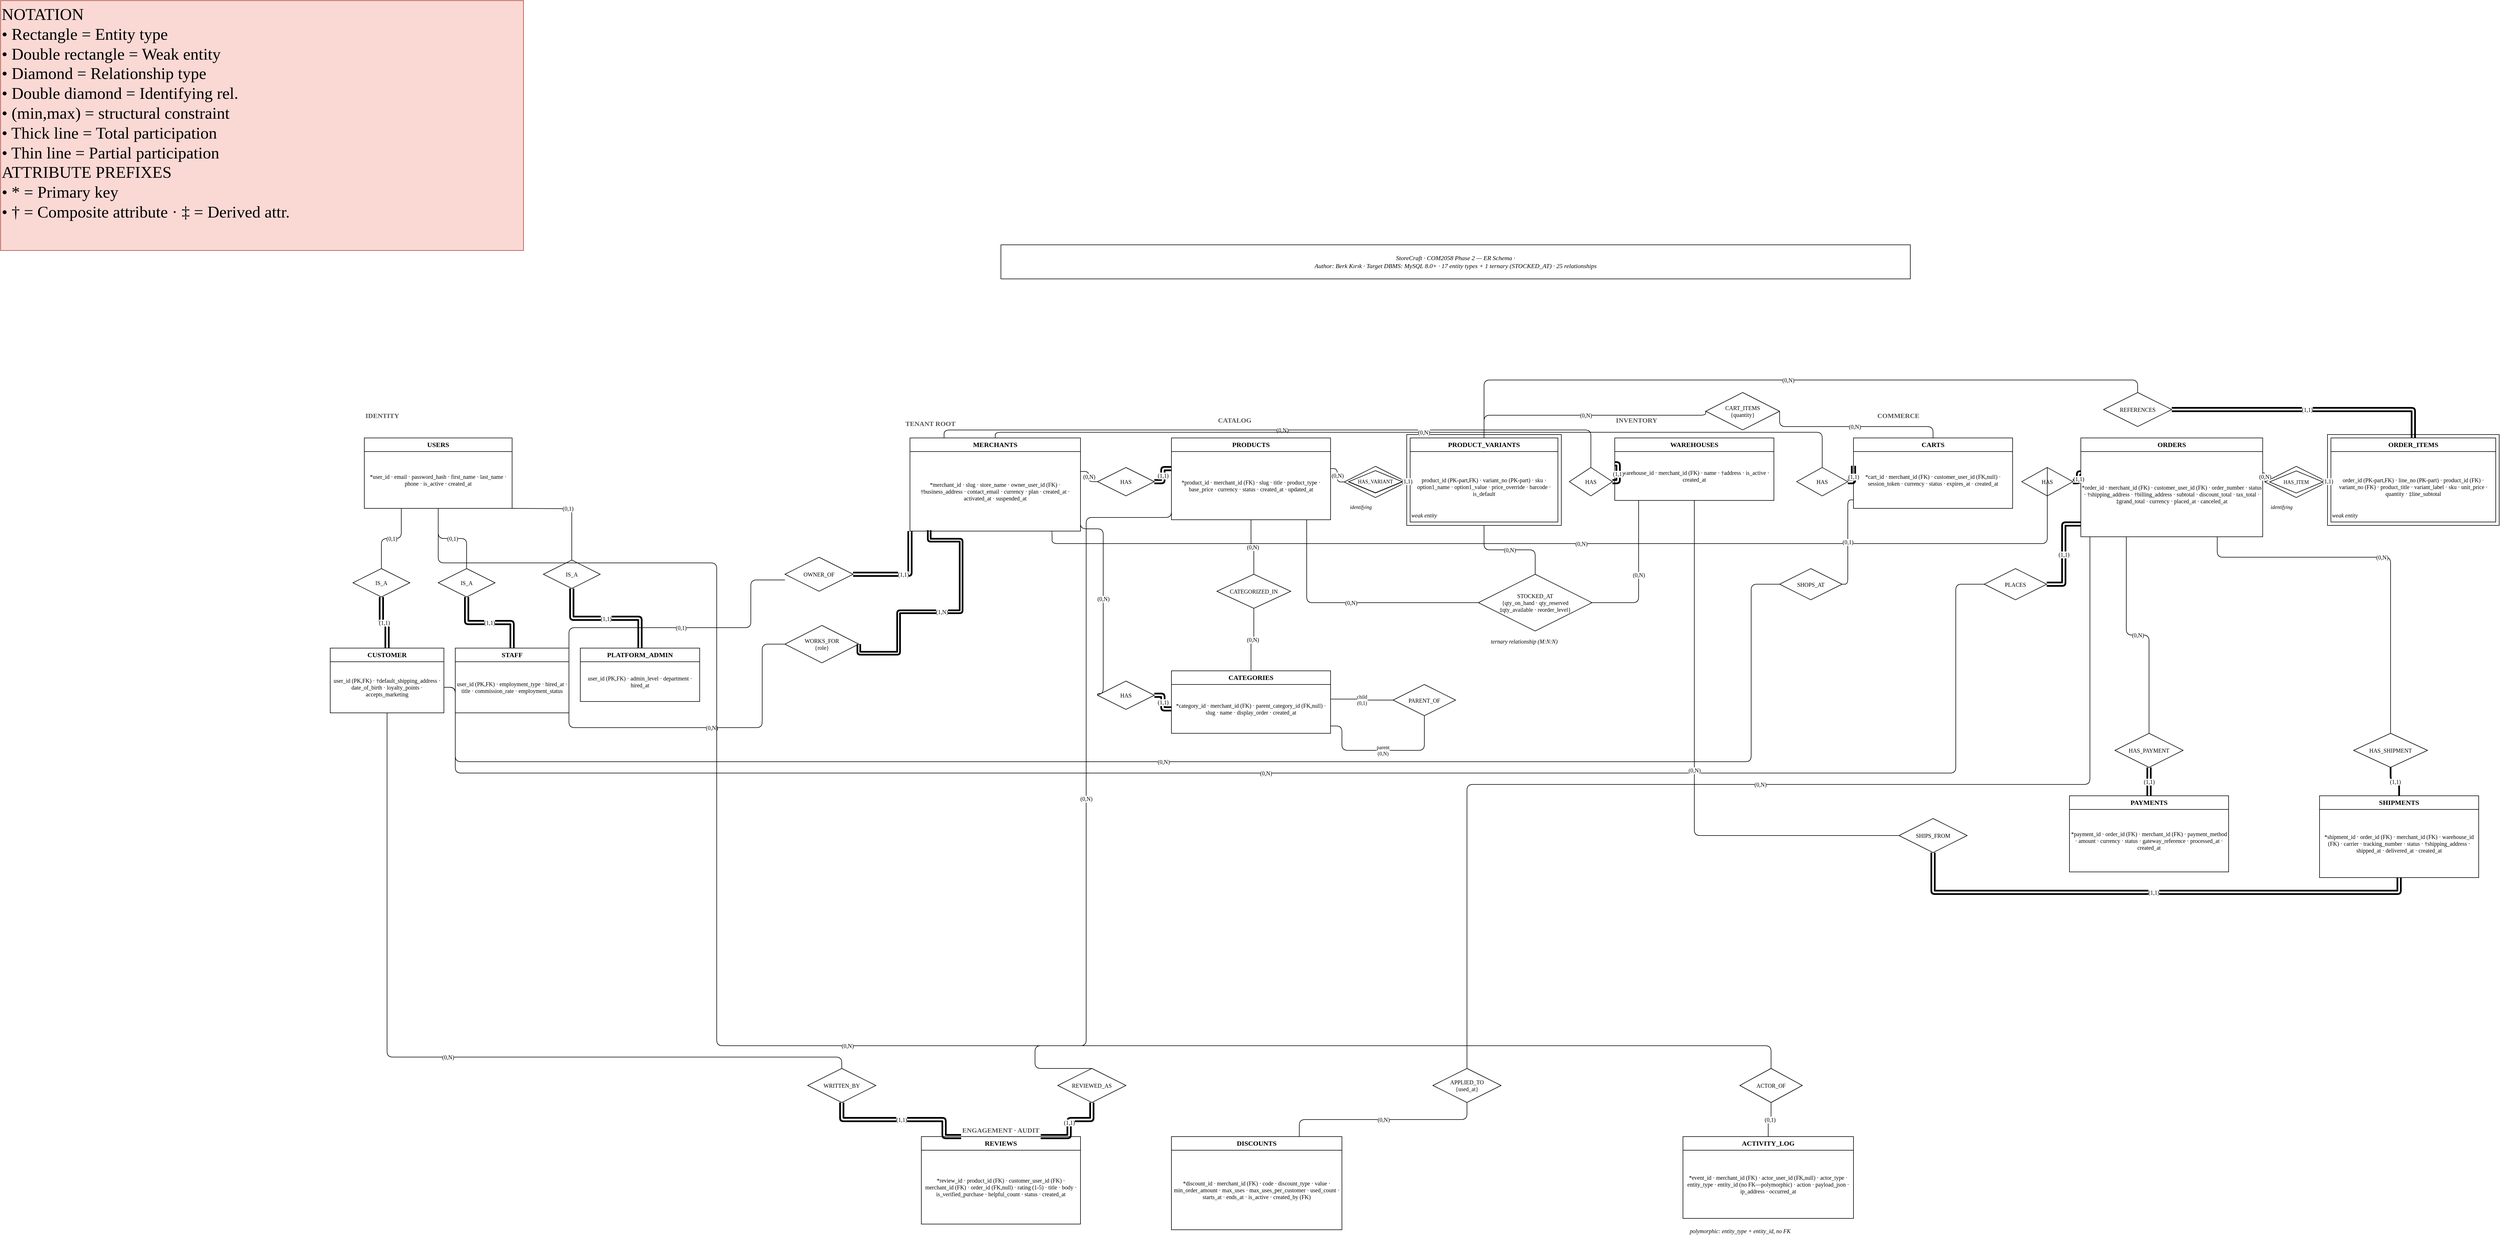
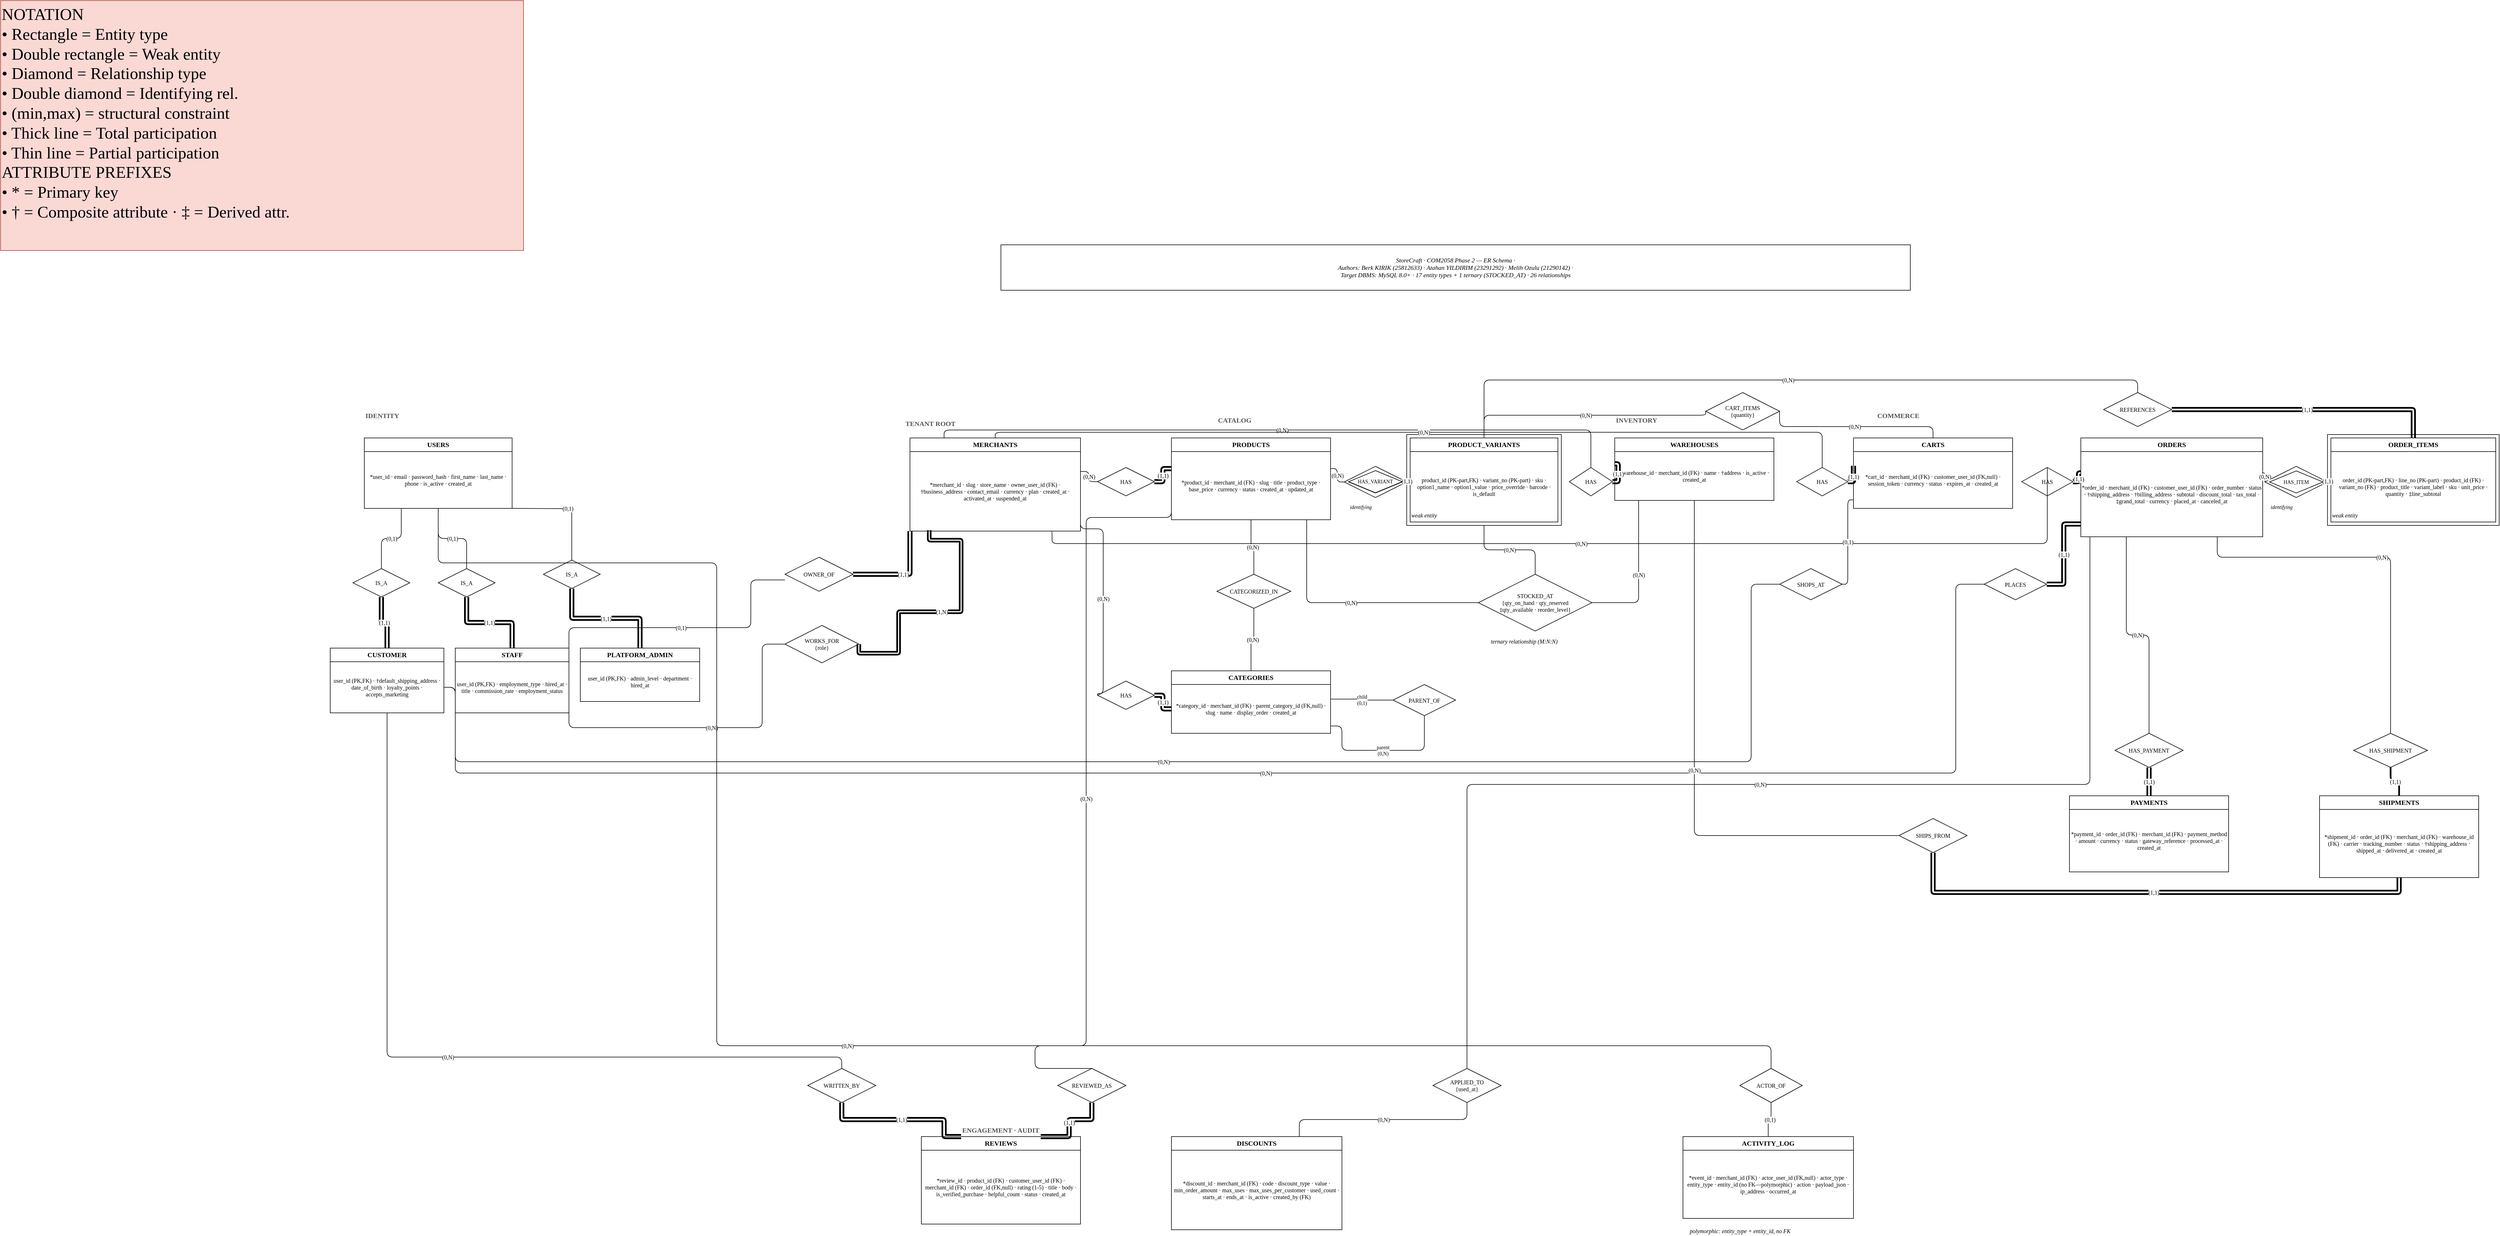
<mxfile host="drawio-plugin" modified="2026-04-25T19:42:41.586Z" agent="Mozilla/5.0 (Macintosh; Intel Mac OS X 10_15_7) AppleWebKit/537.36 (KHTML, like Gecko) Chrome/137.0.0.0 Safari/537.36" etag="2KdTqELFp_rWn3qyK1-b" version="22.1.22" type="embed">
  <diagram name="1 · ER Schema" id="storecraft-er">
    <mxGraphModel dx="646" dy="378" grid="1" gridSize="10" guides="1" tooltips="1" connect="1" arrows="1" fold="1" page="1" pageScale="1" pageWidth="5000" pageHeight="2600" math="0" shadow="0">
      <root>
        <mxCell id="0" />
        <mxCell id="1" parent="0" />
        <mxCell id="p1_legend" value="&lt;font style=&quot;font-size: 29px;&quot;&gt;NOTATION&amp;nbsp;&lt;br&gt;• Rectangle = Entity type&lt;br&gt;• Double rectangle = Weak entity&lt;br&gt;• Diamond = Relationship type&lt;br&gt;• Double diamond = Identifying rel.&lt;br&gt;• (min,max) = structural constraint&lt;br&gt;• Thick line = Total participation&lt;br&gt;• Thin line = Partial participation&lt;br&gt;ATTRIBUTE PREFIXES&lt;br&gt;• * = Primary key&lt;br&gt;• † = Composite attribute · ‡ = Derived attr.&lt;/font&gt;" style="text;html=1;strokeColor=#ae4132;fillColor=#fad9d5;align=left;verticalAlign=top;whiteSpace=wrap;rounded=0;fontSize=10;fontFamily=Times New Roman" parent="1" vertex="1">
          <mxGeometry x="60" y="120" width="920" height="440" as="geometry" />
        </mxCell>
-         <mxCell id="p1_footer" value="StoreCraft · COM2058 Phase 2 — ER Schema ·&lt;br&gt;Author: Berk Kırık · Target DBMS: MySQL 8.0+ · 17 entity types + 1 ternary (STOCKED_AT) · 25 relationships" style="text;html=1;strokeColor=#000000;fillColor=#ffffff;align=center;verticalAlign=middle;whiteSpace=wrap;rounded=0;fontSize=11;fontStyle=2;fontFamily=Times New Roman" parent="1" vertex="1">
-           <mxGeometry x="1820" y="550" width="1600" height="60" as="geometry" />
+         <mxCell id="p1_footer" value="StoreCraft · COM2058 Phase 2 — ER Schema ·&lt;br&gt;Authors: Berk KIRIK (25812633) · Atahan YILDIRIM (23291292) · Melih Ozulu (21290142) ·&lt;br&gt;Target DBMS: MySQL 8.0+ · 17 entity types + 1 ternary (STOCKED_AT) · 26 relationships" style="text;html=1;strokeColor=#000000;fillColor=#ffffff;align=center;verticalAlign=middle;whiteSpace=wrap;rounded=0;fontSize=11;fontStyle=2;fontFamily=Times New Roman" parent="1" vertex="1">
+           <mxGeometry x="1820" y="550" width="1600" height="80" as="geometry" />
        </mxCell>
        <mxCell id="zone_identity" value="IDENTITY" style="text;html=1;strokeColor=none;fillColor=none;align=left;verticalAlign=middle;fontSize=12;fontStyle=1;fontFamily=Times New Roman;fontColor=#555555" parent="1" vertex="1">
          <mxGeometry x="700" y="840" width="200" height="22" as="geometry" />
        </mxCell>
        <mxCell id="zone_tenant" value="TENANT ROOT" style="text;html=1;strokeColor=none;fillColor=none;align=left;verticalAlign=middle;fontSize=12;fontStyle=1;fontFamily=Times New Roman;fontColor=#555555" parent="1" vertex="1">
          <mxGeometry x="1650" y="854" width="200" height="22" as="geometry" />
        </mxCell>
        <mxCell id="zone_catalog" value="CATALOG" style="text;html=1;strokeColor=none;fillColor=none;align=left;verticalAlign=middle;fontSize=12;fontStyle=1;fontFamily=Times New Roman;fontColor=#555555" parent="1" vertex="1">
          <mxGeometry x="2200" y="848" width="200" height="22" as="geometry" />
        </mxCell>
        <mxCell id="zone_inventory" value="INVENTORY" style="text;html=1;strokeColor=none;fillColor=none;align=left;verticalAlign=middle;fontSize=12;fontStyle=1;fontFamily=Times New Roman;fontColor=#555555" parent="1" vertex="1">
          <mxGeometry x="2900" y="848" width="200" height="22" as="geometry" />
        </mxCell>
        <mxCell id="zone_commerce" value="COMMERCE" style="text;html=1;strokeColor=none;fillColor=none;align=left;verticalAlign=middle;fontSize=12;fontStyle=1;fontFamily=Times New Roman;fontColor=#555555" parent="1" vertex="1">
          <mxGeometry x="3360" y="840" width="200" height="22" as="geometry" />
        </mxCell>
        <mxCell id="zone_engagement" value="ENGAGEMENT · AUDIT" style="text;html=1;strokeColor=none;fillColor=none;align=left;verticalAlign=middle;fontSize=12;fontStyle=1;fontFamily=Times New Roman;fontColor=#555555" parent="1" vertex="1">
          <mxGeometry x="1750" y="2098" width="300" height="22" as="geometry" />
        </mxCell>
        <mxCell id="e_users_title" value="USERS" style="rounded=0;whiteSpace=wrap;html=1;fillColor=#ffffff;strokeColor=#000000;fontStyle=1;fontSize=12;align=center;verticalAlign=middle;fontFamily=Times New Roman" parent="1" vertex="1">
          <mxGeometry x="700" y="890" width="260" height="24" as="geometry" />
        </mxCell>
        <mxCell id="e_users" value="*user_id · email · password_hash · first_name · last_name · phone · is_active · created_at" style="rounded=0;whiteSpace=wrap;html=1;fillColor=#ffffff;strokeColor=#000000;fontSize=10;align=center;verticalAlign=middle;fontFamily=Times New Roman" parent="1" vertex="1">
          <mxGeometry x="700" y="914" width="260" height="100" as="geometry" />
        </mxCell>
        <mxCell id="e_merch_title" value="MERCHANTS" style="rounded=0;whiteSpace=wrap;html=1;fillColor=#ffffff;strokeColor=#000000;fontStyle=1;fontSize=12;align=center;verticalAlign=middle;fontFamily=Times New Roman" parent="1" vertex="1">
          <mxGeometry x="1660" y="890" width="300" height="24" as="geometry" />
        </mxCell>
        <mxCell id="e_merch" value="*merchant_id · slug · store_name · owner_user_id (FK) · †business_address · contact_email · currency · plan · created_at · activated_at · suspended_at" style="rounded=0;whiteSpace=wrap;html=1;fillColor=#ffffff;strokeColor=#000000;fontSize=10;align=center;verticalAlign=middle;fontFamily=Times New Roman" parent="1" vertex="1">
          <mxGeometry x="1660" y="914" width="300" height="140" as="geometry" />
        </mxCell>
        <mxCell id="e_prod_title" value="PRODUCTS" style="rounded=0;whiteSpace=wrap;html=1;fillColor=#ffffff;strokeColor=#000000;fontStyle=1;fontSize=12;align=center;verticalAlign=middle;fontFamily=Times New Roman" parent="1" vertex="1">
          <mxGeometry x="2120" y="890" width="280" height="24" as="geometry" />
        </mxCell>
        <mxCell id="e_prod" value="*product_id · merchant_id (FK) · slug · title · product_type · base_price · currency · status · created_at · updated_at" style="rounded=0;whiteSpace=wrap;html=1;fillColor=#ffffff;strokeColor=#000000;fontSize=10;align=center;verticalAlign=middle;fontFamily=Times New Roman" parent="1" vertex="1">
          <mxGeometry x="2120" y="914" width="280" height="120" as="geometry" />
        </mxCell>
        <mxCell id="e_pv_outer" value="" style="rounded=0;whiteSpace=wrap;html=1;fillColor=none;strokeColor=#000000;strokeWidth=1" parent="1" vertex="1">
          <mxGeometry x="2534" y="884" width="272" height="160" as="geometry" />
        </mxCell>
        <mxCell id="e_pv_title" value="PRODUCT_VARIANTS" style="rounded=0;whiteSpace=wrap;html=1;fillColor=#ffffff;strokeColor=#000000;fontStyle=1;fontSize=12;align=center;verticalAlign=middle;fontFamily=Times New Roman" parent="1" vertex="1">
          <mxGeometry x="2540" y="890" width="260" height="24" as="geometry" />
        </mxCell>
        <mxCell id="e_pv" value="product_id (PK-part,FK) · variant_no (PK-part) · sku · option1_name · option1_value · price_override · barcode · is_default" style="rounded=0;whiteSpace=wrap;html=1;fillColor=#ffffff;strokeColor=#000000;fontSize=10;align=center;verticalAlign=middle;fontFamily=Times New Roman" parent="1" vertex="1">
          <mxGeometry x="2540" y="914" width="260" height="124" as="geometry" />
        </mxCell>
        <mxCell id="p1_pv_lbl" value="weak entity" style="text;html=1;strokeColor=none;fillColor=none;fontSize=10;fontStyle=2;fontFamily=Times New Roman" parent="1" vertex="1">
          <mxGeometry x="2540" y="1014" width="130" height="20" as="geometry" />
        </mxCell>
        <mxCell id="e_wh_title" value="WAREHOUSES" style="rounded=0;whiteSpace=wrap;html=1;fillColor=#ffffff;strokeColor=#000000;fontStyle=1;fontSize=12;align=center;verticalAlign=middle;fontFamily=Times New Roman" parent="1" vertex="1">
          <mxGeometry x="2900" y="890" width="280" height="24" as="geometry" />
        </mxCell>
        <mxCell id="e_wh" value="*warehouse_id · merchant_id (FK) · name · †address · is_active · created_at" style="rounded=0;whiteSpace=wrap;html=1;fillColor=#ffffff;strokeColor=#000000;fontSize=10;align=center;verticalAlign=middle;fontFamily=Times New Roman" parent="1" vertex="1">
          <mxGeometry x="2900" y="914" width="280" height="86" as="geometry" />
        </mxCell>
        <mxCell id="e_cart_title" value="CARTS" style="rounded=0;whiteSpace=wrap;html=1;fillColor=#ffffff;strokeColor=#000000;fontStyle=1;fontSize=12;align=center;verticalAlign=middle;fontFamily=Times New Roman" parent="1" vertex="1">
          <mxGeometry x="3320" y="890" width="280" height="24" as="geometry" />
        </mxCell>
        <mxCell id="e_cart" value="*cart_id · merchant_id (FK) · customer_user_id (FK,null) · session_token · currency · status · expires_at · created_at" style="rounded=0;whiteSpace=wrap;html=1;fillColor=#ffffff;strokeColor=#000000;fontSize=10;align=center;verticalAlign=middle;fontFamily=Times New Roman" parent="1" vertex="1">
          <mxGeometry x="3320" y="914" width="280" height="100" as="geometry" />
        </mxCell>
        <mxCell id="e_ord_title" value="ORDERS" style="rounded=0;whiteSpace=wrap;html=1;fillColor=#ffffff;strokeColor=#000000;fontStyle=1;fontSize=12;align=center;verticalAlign=middle;fontFamily=Times New Roman" parent="1" vertex="1">
          <mxGeometry x="3720" y="890" width="320" height="24" as="geometry" />
        </mxCell>
        <mxCell id="e_ord" value="*order_id · merchant_id (FK) · customer_user_id (FK) · order_number · status · †shipping_address · †billing_address · subtotal · discount_total · tax_total · ‡grand_total · currency · placed_at · canceled_at" style="rounded=0;whiteSpace=wrap;html=1;fillColor=#ffffff;strokeColor=#000000;fontSize=10;align=center;verticalAlign=middle;fontFamily=Times New Roman" parent="1" vertex="1">
          <mxGeometry x="3720" y="914" width="320" height="150" as="geometry" />
        </mxCell>
        <mxCell id="e_oi_outer" value="" style="rounded=0;whiteSpace=wrap;html=1;fillColor=none;strokeColor=#000000;strokeWidth=1" parent="1" vertex="1">
          <mxGeometry x="4154" y="884" width="302" height="160" as="geometry" />
        </mxCell>
        <mxCell id="e_oi_title" value="ORDER_ITEMS" style="rounded=0;whiteSpace=wrap;html=1;fillColor=#ffffff;strokeColor=#000000;fontStyle=1;fontSize=12;align=center;verticalAlign=middle;fontFamily=Times New Roman" parent="1" vertex="1">
          <mxGeometry x="4160" y="890" width="290" height="24" as="geometry" />
        </mxCell>
        <mxCell id="e_oi" value="order_id (PK-part,FK) · line_no (PK-part) · product_id (FK) · variant_no (FK) · product_title · variant_label · sku · unit_price · quantity · ‡line_subtotal" style="rounded=0;whiteSpace=wrap;html=1;fillColor=#ffffff;strokeColor=#000000;fontSize=10;align=center;verticalAlign=middle;fontFamily=Times New Roman" parent="1" vertex="1">
          <mxGeometry x="4160" y="914" width="290" height="124" as="geometry" />
        </mxCell>
        <mxCell id="p1_oi_lbl" value="weak entity" style="text;html=1;strokeColor=none;fillColor=none;fontSize=10;fontStyle=2;fontFamily=Times New Roman" parent="1" vertex="1">
          <mxGeometry x="4160" y="1014" width="130" height="20" as="geometry" />
        </mxCell>
        <mxCell id="r_hasprod" value="HAS" style="rhombus;whiteSpace=wrap;html=1;fillColor=#ffffff;strokeColor=#000000;fontSize=10;fontFamily=Times New Roman" parent="1" vertex="1">
          <mxGeometry x="1990" y="942" width="100" height="50" as="geometry" />
        </mxCell>
        <mxCell id="r_hasvar_outer" value="" style="rhombus;whiteSpace=wrap;html=1;fillColor=none;strokeColor=#000000;strokeWidth=1" parent="1" vertex="1">
          <mxGeometry x="2424" y="940" width="110" height="55" as="geometry" />
        </mxCell>
        <mxCell id="r_hasvar_inner" value="HAS_VARIANT" style="rhombus;whiteSpace=wrap;html=1;fillColor=#ffffff;strokeColor=#000000;fontSize=9;fontFamily=Times New Roman" parent="1" vertex="1">
          <mxGeometry x="2432" y="948" width="94" height="39" as="geometry" />
        </mxCell>
        <mxCell id="p1_hasvar_lbl" value="identifying" style="text;html=1;strokeColor=none;fillColor=none;fontSize=9;fontStyle=2;fontFamily=Times New Roman" parent="1" vertex="1">
          <mxGeometry x="2432" y="1000" width="100" height="20" as="geometry" />
        </mxCell>
        <mxCell id="r_haswh" value="HAS" style="rhombus;whiteSpace=wrap;html=1;fillColor=#ffffff;strokeColor=#000000;fontSize=10;fontFamily=Times New Roman" parent="1" vertex="1">
          <mxGeometry x="2820" y="942" width="76" height="50" as="geometry" />
        </mxCell>
        <mxCell id="r_hascart" value="HAS" style="rhombus;whiteSpace=wrap;html=1;fillColor=#ffffff;strokeColor=#000000;fontSize=10;fontFamily=Times New Roman" parent="1" vertex="1">
          <mxGeometry x="3220" y="942" width="90" height="50" as="geometry" />
        </mxCell>
        <mxCell id="r_hasorder" value="HAS" style="rhombus;whiteSpace=wrap;html=1;fillColor=#ffffff;strokeColor=#000000;fontSize=10;fontFamily=Times New Roman" parent="1" vertex="1">
          <mxGeometry x="3616" y="942" width="90" height="50" as="geometry" />
        </mxCell>
        <mxCell id="r_hasitem_outer" value="" style="rhombus;whiteSpace=wrap;html=1;fillColor=none;strokeColor=#000000;strokeWidth=1" parent="1" vertex="1">
          <mxGeometry x="4044" y="940" width="110" height="55" as="geometry" />
        </mxCell>
        <mxCell id="r_hasitem_inner" value="HAS_ITEM" style="rhombus;whiteSpace=wrap;html=1;fillColor=#ffffff;strokeColor=#000000;fontSize=9;fontFamily=Times New Roman" parent="1" vertex="1">
          <mxGeometry x="4052" y="948" width="94" height="39" as="geometry" />
        </mxCell>
        <mxCell id="p1_hasitem_lbl" value="identifying" style="text;html=1;strokeColor=none;fillColor=none;fontSize=9;fontStyle=2;fontFamily=Times New Roman" parent="1" vertex="1">
          <mxGeometry x="4052" y="1000" width="100" height="20" as="geometry" />
        </mxCell>
        <mxCell id="r_isa_cust" value="IS_A" style="rhombus;whiteSpace=wrap;html=1;fillColor=#ffffff;strokeColor=#000000;fontSize=10;fontFamily=Times New Roman" parent="1" vertex="1">
          <mxGeometry x="680" y="1120" width="100" height="50" as="geometry" />
        </mxCell>
        <mxCell id="r_isa_staff" value="IS_A" style="rhombus;whiteSpace=wrap;html=1;fillColor=#ffffff;strokeColor=#000000;fontSize=10;fontFamily=Times New Roman" parent="1" vertex="1">
          <mxGeometry x="830" y="1120" width="100" height="50" as="geometry" />
        </mxCell>
        <mxCell id="r_isa_pa" value="IS_A" style="rhombus;whiteSpace=wrap;html=1;fillColor=#ffffff;strokeColor=#000000;fontSize=10;fontFamily=Times New Roman" parent="1" vertex="1">
          <mxGeometry x="1015" y="1105" width="100" height="50" as="geometry" />
        </mxCell>
        <mxCell id="e_cust_title" value="CUSTOMER" style="rounded=0;whiteSpace=wrap;html=1;fillColor=#ffffff;strokeColor=#000000;fontStyle=1;fontSize=12;align=center;verticalAlign=middle;fontFamily=Times New Roman" parent="1" vertex="1">
          <mxGeometry x="640" y="1260" width="200" height="24" as="geometry" />
        </mxCell>
        <mxCell id="e_cust" value="user_id (PK,FK) · †default_shipping_address · date_of_birth · loyalty_points · accepts_marketing" style="rounded=0;whiteSpace=wrap;html=1;fillColor=#ffffff;strokeColor=#000000;fontSize=10;align=center;verticalAlign=middle;fontFamily=Times New Roman" parent="1" vertex="1">
          <mxGeometry x="640" y="1284" width="200" height="90" as="geometry" />
        </mxCell>
        <mxCell id="e_staff_title" value="STAFF" style="rounded=0;whiteSpace=wrap;html=1;fillColor=#ffffff;strokeColor=#000000;fontStyle=1;fontSize=12;align=center;verticalAlign=middle;fontFamily=Times New Roman" parent="1" vertex="1">
          <mxGeometry x="860" y="1260" width="200" height="24" as="geometry" />
        </mxCell>
        <mxCell id="e_staff" value="user_id (PK,FK) · employment_type · hired_at · title · commission_rate · employment_status" style="rounded=0;whiteSpace=wrap;html=1;fillColor=#ffffff;strokeColor=#000000;fontSize=10;align=center;verticalAlign=middle;fontFamily=Times New Roman" parent="1" vertex="1">
          <mxGeometry x="860" y="1284" width="200" height="90" as="geometry" />
        </mxCell>
        <mxCell id="e_pa_title" value="PLATFORM_ADMIN" style="rounded=0;whiteSpace=wrap;html=1;fillColor=#ffffff;strokeColor=#000000;fontStyle=1;fontSize=12;align=center;verticalAlign=middle;fontFamily=Times New Roman" parent="1" vertex="1">
          <mxGeometry x="1080" y="1260" width="210" height="24" as="geometry" />
        </mxCell>
        <mxCell id="e_pa" value="user_id (PK,FK) · admin_level · department · hired_at" style="rounded=0;whiteSpace=wrap;html=1;fillColor=#ffffff;strokeColor=#000000;fontSize=10;align=center;verticalAlign=middle;fontFamily=Times New Roman" parent="1" vertex="1">
          <mxGeometry x="1080" y="1284" width="210" height="70" as="geometry" />
        </mxCell>
        <mxCell id="r_ownerof" value="OWNER_OF" style="rhombus;whiteSpace=wrap;html=1;fillColor=#ffffff;strokeColor=#000000;fontSize=10;fontFamily=Times New Roman" parent="1" vertex="1">
          <mxGeometry x="1440" y="1100" width="120" height="60" as="geometry" />
        </mxCell>
        <mxCell id="r_worksfor" value="WORKS_FOR&#xa;{role}" style="rhombus;whiteSpace=wrap;html=1;fillColor=#ffffff;strokeColor=#000000;fontSize=10;fontFamily=Times New Roman" parent="1" vertex="1">
          <mxGeometry x="1440" y="1220" width="130" height="66" as="geometry" />
        </mxCell>
        <mxCell id="r_catin" value="CATEGORIZED_IN" style="rhombus;whiteSpace=wrap;html=1;fillColor=#ffffff;strokeColor=#000000;fontSize=10;fontFamily=Times New Roman" parent="1" vertex="1">
          <mxGeometry x="2200" y="1130" width="130" height="60" as="geometry" />
        </mxCell>
        <mxCell id="r_hascat" value="HAS" style="rhombus;whiteSpace=wrap;html=1;fillColor=#ffffff;strokeColor=#000000;fontSize=10;fontFamily=Times New Roman" parent="1" vertex="1">
          <mxGeometry x="1990" y="1318" width="100" height="50" as="geometry" />
        </mxCell>
        <mxCell id="e_cat_title" value="CATEGORIES" style="rounded=0;whiteSpace=wrap;html=1;fillColor=#ffffff;strokeColor=#000000;fontStyle=1;fontSize=12;align=center;verticalAlign=middle;fontFamily=Times New Roman" parent="1" vertex="1">
          <mxGeometry x="2120" y="1300" width="280" height="24" as="geometry" />
        </mxCell>
        <mxCell id="e_cat" value="*category_id · merchant_id (FK) · parent_category_id (FK,null) · slug · name · display_order · created_at" style="rounded=0;whiteSpace=wrap;html=1;fillColor=#ffffff;strokeColor=#000000;fontSize=10;align=center;verticalAlign=middle;fontFamily=Times New Roman" parent="1" vertex="1">
          <mxGeometry x="2120" y="1324" width="280" height="86" as="geometry" />
        </mxCell>
        <mxCell id="r_parentof" value="PARENT_OF" style="rhombus;whiteSpace=wrap;html=1;fillColor=#ffffff;strokeColor=#000000;fontSize=10;fontFamily=Times New Roman" parent="1" vertex="1">
          <mxGeometry x="2510" y="1324" width="110" height="55" as="geometry" />
        </mxCell>
        <mxCell id="r_stocked" value="STOCKED_AT&#xa;{qty_on_hand · qty_reserved&#xa;‡qty_available · reorder_level}" style="rhombus;whiteSpace=wrap;html=1;fillColor=#ffffff;strokeColor=#000000;fontSize=10;fontFamily=Times New Roman" parent="1" vertex="1">
          <mxGeometry x="2660" y="1130" width="200" height="100" as="geometry" />
        </mxCell>
        <mxCell id="p1_stocked_lbl" value="ternary relationship (M:N:N)" style="text;html=1;strokeColor=none;fillColor=none;fontSize=10;fontStyle=2;fontFamily=Times New Roman" parent="1" vertex="1">
          <mxGeometry x="2680" y="1236" width="180" height="20" as="geometry" />
        </mxCell>
        <mxCell id="r_ownscart" value="SHOPS_AT" style="rhombus;whiteSpace=wrap;html=1;fillColor=#ffffff;strokeColor=#000000;fontSize=10;fontFamily=Times New Roman" parent="1" vertex="1">
          <mxGeometry x="3190" y="1120" width="110" height="55" as="geometry" />
        </mxCell>
        <mxCell id="r_places" value="PLACES" style="rhombus;whiteSpace=wrap;html=1;fillColor=#ffffff;strokeColor=#000000;fontSize=10;fontFamily=Times New Roman" parent="1" vertex="1">
          <mxGeometry x="3550" y="1120" width="110" height="55" as="geometry" />
        </mxCell>
        <mxCell id="r_cartitems" value="CART_ITEMS&#xa;{quantity}" style="rhombus;whiteSpace=wrap;html=1;fillColor=#ffffff;strokeColor=#000000;fontSize=10;fontFamily=Times New Roman" parent="1" vertex="1">
          <mxGeometry x="3060" y="810" width="130" height="66" as="geometry" />
        </mxCell>
        <mxCell id="r_refsvar" value="REFERENCES" style="rhombus;whiteSpace=wrap;html=1;fillColor=#ffffff;strokeColor=#000000;fontSize=10;fontFamily=Times New Roman" parent="1" vertex="1">
          <mxGeometry x="3760" y="810" width="120" height="60" as="geometry" />
        </mxCell>
        <mxCell id="r_haspay" value="HAS_PAYMENT" style="rhombus;whiteSpace=wrap;html=1;fillColor=#ffffff;strokeColor=#000000;fontSize=10;fontFamily=Times New Roman" parent="1" vertex="1">
          <mxGeometry x="3780" y="1410" width="120" height="60" as="geometry" />
        </mxCell>
        <mxCell id="r_hasship" value="HAS_SHIPMENT" style="rhombus;whiteSpace=wrap;html=1;fillColor=#ffffff;strokeColor=#000000;fontSize=10;fontFamily=Times New Roman" parent="1" vertex="1">
          <mxGeometry x="4200" y="1410" width="130" height="60" as="geometry" />
        </mxCell>
        <mxCell id="e_pay_title" value="PAYMENTS" style="rounded=0;whiteSpace=wrap;html=1;fillColor=#ffffff;strokeColor=#000000;fontStyle=1;fontSize=12;align=center;verticalAlign=middle;fontFamily=Times New Roman" parent="1" vertex="1">
          <mxGeometry x="3700" y="1520" width="280" height="24" as="geometry" />
        </mxCell>
        <mxCell id="e_pay" value="*payment_id · order_id (FK) · merchant_id (FK) · payment_method · amount · currency · status · gateway_reference · processed_at · created_at" style="rounded=0;whiteSpace=wrap;html=1;fillColor=#ffffff;strokeColor=#000000;fontSize=10;align=center;verticalAlign=middle;fontFamily=Times New Roman" parent="1" vertex="1">
          <mxGeometry x="3700" y="1544" width="280" height="110" as="geometry" />
        </mxCell>
        <mxCell id="e_ship_title" value="SHIPMENTS" style="rounded=0;whiteSpace=wrap;html=1;fillColor=#ffffff;strokeColor=#000000;fontStyle=1;fontSize=12;align=center;verticalAlign=middle;fontFamily=Times New Roman" parent="1" vertex="1">
          <mxGeometry x="4140" y="1520" width="280" height="24" as="geometry" />
        </mxCell>
        <mxCell id="e_ship" value="*shipment_id · order_id (FK) · merchant_id (FK) · warehouse_id (FK) · carrier · tracking_number · status · †shipping_address · shipped_at · delivered_at · created_at" style="rounded=0;whiteSpace=wrap;html=1;fillColor=#ffffff;strokeColor=#000000;fontSize=10;align=center;verticalAlign=middle;fontFamily=Times New Roman" parent="1" vertex="1">
          <mxGeometry x="4140" y="1544" width="280" height="120" as="geometry" />
        </mxCell>
        <mxCell id="r_shipsfrom" value="SHIPS_FROM" style="rhombus;whiteSpace=wrap;html=1;fillColor=#ffffff;strokeColor=#000000;fontSize=10;fontFamily=Times New Roman" parent="1" vertex="1">
          <mxGeometry x="3400" y="1560" width="120" height="60" as="geometry" />
        </mxCell>
        <mxCell id="r_about" value="REVIEWED_AS" style="rhombus;whiteSpace=wrap;html=1;fillColor=#ffffff;strokeColor=#000000;fontSize=10;fontFamily=Times New Roman" parent="1" vertex="1">
          <mxGeometry x="1920" y="2000" width="120" height="60" as="geometry" />
        </mxCell>
        <mxCell id="r_writtenby" value="WRITTEN_BY" style="rhombus;whiteSpace=wrap;html=1;fillColor=#ffffff;strokeColor=#000000;fontSize=10;fontFamily=Times New Roman" parent="1" vertex="1">
          <mxGeometry x="1480" y="2000" width="120" height="60" as="geometry" />
        </mxCell>
        <mxCell id="e_rev_title" value="REVIEWS" style="rounded=0;whiteSpace=wrap;html=1;fillColor=#ffffff;strokeColor=#000000;fontStyle=1;fontSize=12;align=center;verticalAlign=middle;fontFamily=Times New Roman" parent="1" vertex="1">
          <mxGeometry x="1680" y="2120" width="280" height="24" as="geometry" />
        </mxCell>
        <mxCell id="e_rev" value="*review_id · product_id (FK) · customer_user_id (FK) · merchant_id (FK) · order_id (FK,null) · rating (1-5) · title · body · is_verified_purchase · helpful_count · status · created_at" style="rounded=0;whiteSpace=wrap;html=1;fillColor=#ffffff;strokeColor=#000000;fontSize=10;align=center;verticalAlign=middle;fontFamily=Times New Roman" parent="1" vertex="1">
          <mxGeometry x="1680" y="2144" width="280" height="130" as="geometry" />
        </mxCell>
        <mxCell id="e_disc_title" value="DISCOUNTS" style="rounded=0;whiteSpace=wrap;html=1;fillColor=#ffffff;strokeColor=#000000;fontStyle=1;fontSize=12;align=center;verticalAlign=middle;fontFamily=Times New Roman" parent="1" vertex="1">
          <mxGeometry x="2120" y="2120" width="300" height="24" as="geometry" />
        </mxCell>
        <mxCell id="e_disc" value="*discount_id · merchant_id (FK) · code · discount_type · value · min_order_amount · max_uses · max_uses_per_customer · used_count · starts_at · ends_at · is_active · created_by (FK)" style="rounded=0;whiteSpace=wrap;html=1;fillColor=#ffffff;strokeColor=#000000;fontSize=10;align=center;verticalAlign=middle;fontFamily=Times New Roman" parent="1" vertex="1">
          <mxGeometry x="2120" y="2144" width="300" height="140" as="geometry" />
        </mxCell>
        <mxCell id="r_applied" value="APPLIED_TO&#xa;{used_at}" style="rhombus;whiteSpace=wrap;html=1;fillColor=#ffffff;strokeColor=#000000;fontSize=10;fontFamily=Times New Roman" parent="1" vertex="1">
          <mxGeometry x="2580" y="2000" width="120" height="60" as="geometry" />
        </mxCell>
        <mxCell id="e_log_title" value="ACTIVITY_LOG" style="rounded=0;whiteSpace=wrap;html=1;fillColor=#ffffff;strokeColor=#000000;fontStyle=1;fontSize=12;align=center;verticalAlign=middle;fontFamily=Times New Roman" parent="1" vertex="1">
          <mxGeometry x="3020" y="2120" width="300" height="24" as="geometry" />
        </mxCell>
        <mxCell id="e_log" value="*event_id · merchant_id (FK) · actor_user_id (FK,null) · actor_type · entity_type · entity_id (no FK—polymorphic) · action · payload_json · ip_address · occurred_at" style="rounded=0;whiteSpace=wrap;html=1;fillColor=#ffffff;strokeColor=#000000;fontSize=10;align=center;verticalAlign=middle;fontFamily=Times New Roman" parent="1" vertex="1">
          <mxGeometry x="3020" y="2144" width="300" height="120" as="geometry" />
        </mxCell>
        <mxCell id="p1_poly_lbl" value="polymorphic: entity_type + entity_id, no FK" style="text;html=1;strokeColor=none;fillColor=none;fontSize=10;fontStyle=2;fontFamily=Times New Roman" parent="1" vertex="1">
          <mxGeometry x="3030" y="2274" width="280" height="20" as="geometry" />
        </mxCell>
        <mxCell id="r_logs" value="ACTOR_OF" style="rhombus;whiteSpace=wrap;html=1;fillColor=#ffffff;strokeColor=#000000;fontSize=10;fontFamily=Times New Roman" parent="1" vertex="1">
          <mxGeometry x="3120" y="2000" width="110" height="60" as="geometry" />
        </mxCell>
        <mxCell id="ed_users_isa_cust" value="(0,1)" style="endArrow=none;html=1;edgeStyle=orthogonalEdgeStyle;fontSize=10;strokeColor=#000000;fontFamily=Times New Roman;exitX=0.25;exitY=1;exitDx=0;exitDy=0;entryX=0.5;entryY=0;entryDx=0;entryDy=0;" parent="1" source="e_users" target="r_isa_cust" edge="1">
          <mxGeometry relative="1" as="geometry" />
        </mxCell>
        <mxCell id="ed_isa_cust_cust" value="(1,1)" style="endArrow=none;html=1;edgeStyle=orthogonalEdgeStyle;fontSize=10;strokeColor=#000000;fontFamily=Times New Roman;shape=link;exitX=0.5;exitY=1;exitDx=0;exitDy=0;entryX=0.5;entryY=0;entryDx=0;entryDy=0;strokeWidth=3;" parent="1" source="r_isa_cust" target="e_cust_title" edge="1">
          <mxGeometry relative="1" as="geometry" />
        </mxCell>
        <mxCell id="ed_users_isa_staff" value="(0,1)" style="endArrow=none;html=1;edgeStyle=orthogonalEdgeStyle;fontSize=10;strokeColor=#000000;fontFamily=Times New Roman;exitX=0.5;exitY=1;exitDx=0;exitDy=0;entryX=0.5;entryY=0;entryDx=0;entryDy=0;" parent="1" source="e_users" target="r_isa_staff" edge="1">
          <mxGeometry relative="1" as="geometry" />
        </mxCell>
        <mxCell id="ed_isa_staff_staff" value="(1,1)" style="endArrow=none;html=1;edgeStyle=orthogonalEdgeStyle;fontSize=10;strokeColor=#000000;fontFamily=Times New Roman;shape=link;exitX=0.5;exitY=1;exitDx=0;exitDy=0;entryX=0.5;entryY=0;entryDx=0;entryDy=0;strokeWidth=3;" parent="1" source="r_isa_staff" target="e_staff_title" edge="1">
          <mxGeometry relative="1" as="geometry" />
        </mxCell>
        <mxCell id="ed_users_isa_pa" value="(0,1)" style="endArrow=none;html=1;edgeStyle=orthogonalEdgeStyle;fontSize=10;strokeColor=#000000;fontFamily=Times New Roman;exitX=0.75;exitY=1;exitDx=0;exitDy=0;entryX=0.5;entryY=0;entryDx=0;entryDy=0;" parent="1" target="r_isa_pa" edge="1">
          <mxGeometry relative="1" as="geometry">
            <mxPoint x="960" y="1014" as="sourcePoint" />
          </mxGeometry>
        </mxCell>
        <mxCell id="ed_isa_pa_pa" value="(1,1)" style="endArrow=none;html=1;edgeStyle=orthogonalEdgeStyle;fontSize=10;strokeColor=#000000;fontFamily=Times New Roman;shape=link;exitX=0.5;exitY=1;exitDx=0;exitDy=0;entryX=0.5;entryY=0;entryDx=0;entryDy=0;strokeWidth=3;" parent="1" source="r_isa_pa" target="e_pa_title" edge="1">
          <mxGeometry relative="1" as="geometry" />
        </mxCell>
        <mxCell id="ed_staff_own" value="(0,1)" style="endArrow=none;html=1;edgeStyle=orthogonalEdgeStyle;fontSize=10;strokeColor=#000000;fontFamily=Times New Roman;exitX=1;exitY=0;exitDx=0;exitDy=0;entryX=0;entryY=0.5;entryDx=0;entryDy=0;" parent="1" edge="1">
          <mxGeometry relative="1" as="geometry">
            <Array as="points">
              <mxPoint x="1060" y="1224" />
              <mxPoint x="1380" y="1224" />
              <mxPoint x="1380" y="1140" />
            </Array>
            <mxPoint x="1060" y="1294" as="sourcePoint" />
            <mxPoint x="1440" y="1140" as="targetPoint" />
          </mxGeometry>
        </mxCell>
        <mxCell id="ed_own_merch" value="(1,1)" style="endArrow=none;html=1;edgeStyle=orthogonalEdgeStyle;fontSize=10;strokeColor=#000000;fontFamily=Times New Roman;shape=link;exitX=1;exitY=0.5;exitDx=0;exitDy=0;entryX=0;entryY=1;entryDx=0;entryDy=0;strokeWidth=3;" parent="1" source="r_ownerof" target="e_merch" edge="1">
          <mxGeometry relative="1" as="geometry" />
        </mxCell>
        <mxCell id="ed_staff_wf" value="(0,N)" style="endArrow=none;html=1;edgeStyle=orthogonalEdgeStyle;fontSize=10;strokeColor=#000000;fontFamily=Times New Roman;exitX=1;exitY=1;exitDx=0;exitDy=0;entryX=0;entryY=0.5;entryDx=0;entryDy=0;" parent="1" source="e_staff" target="r_worksfor" edge="1">
          <mxGeometry relative="1" as="geometry">
            <Array as="points">
              <mxPoint x="1060" y="1400" />
              <mxPoint x="1400" y="1400" />
              <mxPoint x="1400" y="1253" />
            </Array>
          </mxGeometry>
        </mxCell>
        <mxCell id="ed_wf_merch" value="(1,N)" style="endArrow=none;html=1;edgeStyle=orthogonalEdgeStyle;fontSize=10;strokeColor=#000000;fontFamily=Times New Roman;shape=link;exitX=1;exitY=0.5;exitDx=0;exitDy=0;entryX=0.113;entryY=0.989;entryDx=0;entryDy=0;strokeWidth=3;width=3;entryPerimeter=0;" parent="1" source="r_worksfor" target="e_merch" edge="1">
          <mxGeometry relative="1" as="geometry">
            <Array as="points">
              <mxPoint x="1570" y="1269" />
              <mxPoint x="1640" y="1269" />
              <mxPoint x="1640" y="1196" />
              <mxPoint x="1750" y="1196" />
              <mxPoint x="1750" y="1070" />
              <mxPoint x="1694" y="1070" />
            </Array>
            <mxPoint x="1600" y="1269" as="sourcePoint" />
            <mxPoint x="1690" y="1070" as="targetPoint" />
          </mxGeometry>
        </mxCell>
        <mxCell id="ed_merch_hasprod" value="(0,N)" style="endArrow=none;html=1;edgeStyle=orthogonalEdgeStyle;fontSize=10;strokeColor=#000000;fontFamily=Times New Roman;exitX=1;exitY=0.25;exitDx=0;exitDy=0;entryX=0;entryY=0.5;entryDx=0;entryDy=0;" parent="1" source="e_merch" target="r_hasprod" edge="1">
          <mxGeometry relative="1" as="geometry" />
        </mxCell>
        <mxCell id="ed_hasprod_prod" value="(1,1)" style="endArrow=none;html=1;edgeStyle=orthogonalEdgeStyle;fontSize=10;strokeColor=#000000;fontFamily=Times New Roman;shape=link;exitX=1;exitY=0.5;exitDx=0;exitDy=0;entryX=0;entryY=0.25;entryDx=0;entryDy=0;strokeWidth=3;" parent="1" source="r_hasprod" target="e_prod" edge="1">
          <mxGeometry relative="1" as="geometry" />
        </mxCell>
        <mxCell id="ed_prod_hasvar" value="(0,N)" style="endArrow=none;html=1;edgeStyle=orthogonalEdgeStyle;fontSize=10;strokeColor=#000000;fontFamily=Times New Roman;exitX=1;exitY=0.25;exitDx=0;exitDy=0;entryX=0;entryY=0.5;entryDx=0;entryDy=0;" parent="1" source="e_prod" target="r_hasvar_outer" edge="1">
          <mxGeometry relative="1" as="geometry" />
        </mxCell>
        <mxCell id="ed_hasvar_pv" value="(1,1)" style="endArrow=none;html=1;edgeStyle=orthogonalEdgeStyle;fontSize=10;strokeColor=#000000;fontFamily=Times New Roman;shape=link;exitX=1;exitY=0.5;exitDx=0;exitDy=0;entryX=0;entryY=0.5;entryDx=0;entryDy=0;strokeWidth=3;" parent="1" source="r_hasvar_outer" target="e_pv_outer" edge="1">
          <mxGeometry relative="1" as="geometry" />
        </mxCell>
        <mxCell id="ed_merch_haswh" value="(0,N)" style="endArrow=none;html=1;edgeStyle=orthogonalEdgeStyle;fontSize=10;strokeColor=#000000;fontFamily=Times New Roman;exitX=0.2;exitY=0;exitDx=0;exitDy=0;entryX=0.5;entryY=0;entryDx=0;entryDy=0;" parent="1" source="e_merch_title" target="r_haswh" edge="1">
          <mxGeometry relative="1" as="geometry">
            <Array as="points">
              <mxPoint x="1720" y="876" />
              <mxPoint x="2858" y="876" />
            </Array>
          </mxGeometry>
        </mxCell>
        <mxCell id="ed_haswh_wh" value="(1,1)" style="endArrow=none;html=1;edgeStyle=orthogonalEdgeStyle;fontSize=10;strokeColor=#000000;fontFamily=Times New Roman;shape=link;exitX=1;exitY=0.5;exitDx=0;exitDy=0;entryX=0;entryY=0.25;entryDx=0;entryDy=0;strokeWidth=3;" parent="1" source="r_haswh" target="e_wh" edge="1">
          <mxGeometry relative="1" as="geometry" />
        </mxCell>
        <mxCell id="ed_merch_hascart" value="(0,N)" style="endArrow=none;html=1;edgeStyle=orthogonalEdgeStyle;fontSize=10;strokeColor=#000000;fontFamily=Times New Roman;exitX=0.5;exitY=0;exitDx=0;exitDy=0;entryX=0.5;entryY=0;entryDx=0;entryDy=0;" parent="1" source="e_merch_title" target="r_hascart" edge="1">
          <mxGeometry relative="1" as="geometry">
            <Array as="points">
              <mxPoint x="1810" y="880" />
              <mxPoint x="3265" y="880" />
            </Array>
          </mxGeometry>
        </mxCell>
        <mxCell id="ed_hascart_cart" value="(1,1)" style="endArrow=none;html=1;edgeStyle=orthogonalEdgeStyle;fontSize=10;strokeColor=#000000;fontFamily=Times New Roman;shape=link;exitX=1;exitY=0.5;exitDx=0;exitDy=0;entryX=0;entryY=0.25;entryDx=0;entryDy=0;strokeWidth=3;" parent="1" source="r_hascart" target="e_cart" edge="1">
          <mxGeometry relative="1" as="geometry" />
        </mxCell>
        <mxCell id="ed_merch_hasorder" value="(0,N)" style="endArrow=none;html=1;edgeStyle=orthogonalEdgeStyle;fontSize=10;strokeColor=#000000;fontFamily=Times New Roman;exitX=0.83;exitY=1;exitDx=0;exitDy=0;entryX=0.5;entryY=0;entryDx=0;entryDy=0;" parent="1" source="e_merch" target="r_hasorder" edge="1">
          <mxGeometry relative="1" as="geometry">
            <Array as="points">
              <mxPoint x="1910" y="1076" />
              <mxPoint x="3661" y="1076" />
            </Array>
          </mxGeometry>
        </mxCell>
        <mxCell id="ed_hasorder_ord" value="(1,1)" style="endArrow=none;html=1;edgeStyle=orthogonalEdgeStyle;fontSize=10;strokeColor=#000000;fontFamily=Times New Roman;shape=link;exitX=1;exitY=0.5;exitDx=0;exitDy=0;entryX=0;entryY=0.25;entryDx=0;entryDy=0;strokeWidth=3;" parent="1" source="r_hasorder" target="e_ord" edge="1">
          <mxGeometry relative="1" as="geometry" />
        </mxCell>
        <mxCell id="ed_ord_hasitem" value="(0,N)" style="endArrow=none;html=1;edgeStyle=orthogonalEdgeStyle;fontSize=10;strokeColor=#000000;fontFamily=Times New Roman;exitX=1;exitY=0.25;exitDx=0;exitDy=0;entryX=0;entryY=0.5;entryDx=0;entryDy=0;" parent="1" source="e_ord" target="r_hasitem_outer" edge="1">
          <mxGeometry relative="1" as="geometry" />
        </mxCell>
        <mxCell id="ed_hasitem_oi" value="(1,1)" style="endArrow=none;html=1;edgeStyle=orthogonalEdgeStyle;fontSize=10;strokeColor=#000000;fontFamily=Times New Roman;shape=link;exitX=1;exitY=0.5;exitDx=0;exitDy=0;entryX=0;entryY=0.5;entryDx=0;entryDy=0;strokeWidth=3;" parent="1" source="r_hasitem_outer" target="e_oi_outer" edge="1">
          <mxGeometry relative="1" as="geometry" />
        </mxCell>
        <mxCell id="ed_prod_catin" value="(0,N)" style="endArrow=none;html=1;edgeStyle=orthogonalEdgeStyle;fontSize=10;strokeColor=#000000;fontFamily=Times New Roman;exitX=0.5;exitY=1;exitDx=0;exitDy=0;entryX=0.5;entryY=0;entryDx=0;entryDy=0;" parent="1" source="e_prod" target="r_catin" edge="1">
          <mxGeometry relative="1" as="geometry" />
        </mxCell>
        <mxCell id="ed_catin_cat" value="(0,N)" style="endArrow=none;html=1;edgeStyle=orthogonalEdgeStyle;fontSize=10;strokeColor=#000000;fontFamily=Times New Roman;exitX=0.5;exitY=1;exitDx=0;exitDy=0;entryX=0.5;entryY=0;entryDx=0;entryDy=0;" parent="1" source="r_catin" target="e_cat_title" edge="1">
          <mxGeometry relative="1" as="geometry" />
        </mxCell>
        <mxCell id="ed_merch_hascat" value="(0,N)" style="endArrow=none;html=1;edgeStyle=orthogonalEdgeStyle;fontSize=10;strokeColor=#000000;fontFamily=Times New Roman;exitX=1;exitY=0.85;exitDx=0;exitDy=0;entryX=0;entryY=0.5;entryDx=0;entryDy=0;" parent="1" source="e_merch" target="r_hascat" edge="1">
          <mxGeometry relative="1" as="geometry">
            <Array as="points">
              <mxPoint x="1960" y="1050" />
              <mxPoint x="2000" y="1050" />
              <mxPoint x="2000" y="1340" />
              <mxPoint x="1990" y="1340" />
            </Array>
          </mxGeometry>
        </mxCell>
        <mxCell id="ed_hascat_cat" value="(1,1)" style="endArrow=none;html=1;edgeStyle=orthogonalEdgeStyle;fontSize=10;strokeColor=#000000;fontFamily=Times New Roman;shape=link;exitX=1;exitY=0.5;exitDx=0;exitDy=0;entryX=0;entryY=0.5;entryDx=0;entryDy=0;strokeWidth=3;" parent="1" source="r_hascat" target="e_cat" edge="1">
          <mxGeometry relative="1" as="geometry" />
        </mxCell>
        <mxCell id="ed_cat_parent" value="child&#xa;(0,1)" style="endArrow=none;html=1;edgeStyle=orthogonalEdgeStyle;fontSize=9;strokeColor=#000000;fontFamily=Times New Roman;exitX=1;exitY=0.3;exitDx=0;exitDy=0;entryX=0;entryY=0.5;entryDx=0;entryDy=0;" parent="1" source="e_cat" target="r_parentof" edge="1">
          <mxGeometry relative="1" as="geometry" />
        </mxCell>
        <mxCell id="ed_parentof_cat" value="parent&#xa;(0,N)" style="endArrow=none;html=1;edgeStyle=orthogonalEdgeStyle;fontSize=9;strokeColor=#000000;fontFamily=Times New Roman;exitX=0.5;exitY=1;exitDx=0;exitDy=0;entryX=1;entryY=0.85;entryDx=0;entryDy=0;" parent="1" source="r_parentof" target="e_cat" edge="1">
          <mxGeometry relative="1" as="geometry">
            <Array as="points">
              <mxPoint x="2565" y="1440" />
              <mxPoint x="2420" y="1440" />
            </Array>
          </mxGeometry>
        </mxCell>
        <mxCell id="ed_prod_stocked" value="(0,N)" style="endArrow=none;html=1;edgeStyle=orthogonalEdgeStyle;fontSize=10;strokeColor=#000000;fontFamily=Times New Roman;exitX=0.85;exitY=1;exitDx=0;exitDy=0;entryX=0;entryY=0.5;entryDx=0;entryDy=0;" parent="1" source="e_prod" target="r_stocked" edge="1">
          <mxGeometry relative="1" as="geometry">
            <Array as="points">
              <mxPoint x="2358" y="1100" />
              <mxPoint x="2358" y="1180" />
            </Array>
          </mxGeometry>
        </mxCell>
        <mxCell id="ed_pv_stocked" value="(0,N)" style="endArrow=none;html=1;edgeStyle=orthogonalEdgeStyle;fontSize=10;strokeColor=#000000;fontFamily=Times New Roman;exitX=0.5;exitY=1;exitDx=0;exitDy=0;entryX=0.5;entryY=0;entryDx=0;entryDy=0;" parent="1" source="e_pv_outer" target="r_stocked" edge="1">
          <mxGeometry relative="1" as="geometry" />
        </mxCell>
        <mxCell id="ed_wh_stocked" value="(0,N)" style="endArrow=none;html=1;edgeStyle=orthogonalEdgeStyle;fontSize=10;strokeColor=#000000;fontFamily=Times New Roman;exitX=0.15;exitY=1;exitDx=0;exitDy=0;entryX=1;entryY=0.5;entryDx=0;entryDy=0;" parent="1" source="e_wh" target="r_stocked" edge="1">
          <mxGeometry relative="1" as="geometry">
            <Array as="points">
              <mxPoint x="2942" y="1080" />
              <mxPoint x="2942" y="1180" />
            </Array>
          </mxGeometry>
        </mxCell>
        <mxCell id="ed_cart_ci" value="(0,N)" style="endArrow=none;html=1;edgeStyle=orthogonalEdgeStyle;fontSize=10;strokeColor=#000000;fontFamily=Times New Roman;exitX=0.5;exitY=0;exitDx=0;exitDy=0;entryX=1;entryY=0.5;entryDx=0;entryDy=0;" parent="1" source="e_cart_title" target="r_cartitems" edge="1">
          <mxGeometry relative="1" as="geometry">
            <Array as="points">
              <mxPoint x="3460" y="870" />
              <mxPoint x="3190" y="870" />
            </Array>
          </mxGeometry>
        </mxCell>
        <mxCell id="ed_pv_ci" value="(0,N)" style="endArrow=none;html=1;edgeStyle=orthogonalEdgeStyle;fontSize=10;strokeColor=#000000;fontFamily=Times New Roman;exitX=0.5;exitY=0;exitDx=0;exitDy=0;entryX=0;entryY=0.5;entryDx=0;entryDy=0;" parent="1" source="e_pv_title" target="r_cartitems" edge="1">
          <mxGeometry relative="1" as="geometry">
            <Array as="points">
              <mxPoint x="2670" y="850" />
              <mxPoint x="3060" y="850" />
              <mxPoint x="3060" y="843" />
            </Array>
          </mxGeometry>
        </mxCell>
        <mxCell id="ed_pv_refsvar" value="(0,N)" style="endArrow=none;html=1;edgeStyle=orthogonalEdgeStyle;fontSize=10;strokeColor=#000000;fontFamily=Times New Roman;exitX=0.5;exitY=0;exitDx=0;exitDy=0;entryX=0.5;entryY=0;entryDx=0;entryDy=0;" parent="1" source="e_pv_title" target="r_refsvar" edge="1">
          <mxGeometry relative="1" as="geometry">
            <Array as="points">
              <mxPoint x="2670" y="788" />
              <mxPoint x="3820" y="788" />
            </Array>
          </mxGeometry>
        </mxCell>
        <mxCell id="ed_refsvar_oi" value="(1,1)" style="endArrow=none;html=1;edgeStyle=orthogonalEdgeStyle;fontSize=10;strokeColor=#000000;fontFamily=Times New Roman;shape=link;exitX=1;exitY=0.5;exitDx=0;exitDy=0;entryX=0.5;entryY=0;entryDx=0;entryDy=0;strokeWidth=3;" parent="1" source="r_refsvar" target="e_oi_title" edge="1">
          <mxGeometry relative="1" as="geometry">
            <Array as="points">
              <mxPoint x="3920" y="840" />
              <mxPoint x="4305" y="840" />
            </Array>
          </mxGeometry>
        </mxCell>
        <mxCell id="ed_cust_ownscart" value="(0,N)" style="endArrow=none;html=1;edgeStyle=orthogonalEdgeStyle;fontSize=10;strokeColor=#000000;fontFamily=Times New Roman;exitX=1;exitY=0.5;exitDx=0;exitDy=0;entryX=0;entryY=0.5;entryDx=0;entryDy=0;" parent="1" source="e_cust" target="r_ownscart" edge="1">
          <mxGeometry relative="1" as="geometry">
            <Array as="points">
              <mxPoint x="860" y="1329" />
              <mxPoint x="860" y="1460" />
              <mxPoint x="3140" y="1460" />
              <mxPoint x="3140" y="1147" />
            </Array>
          </mxGeometry>
        </mxCell>
        <mxCell id="ed_ownscart_cart" value="(0,1)" style="endArrow=none;html=1;edgeStyle=orthogonalEdgeStyle;fontSize=10;strokeColor=#000000;fontFamily=Times New Roman;exitX=1;exitY=0.5;exitDx=0;exitDy=0;entryX=0;entryY=0.85;entryDx=0;entryDy=0;" parent="1" source="r_ownscart" target="e_cart" edge="1">
          <mxGeometry relative="1" as="geometry" />
        </mxCell>
        <mxCell id="ed_cust_places" value="(0,N)" style="endArrow=none;html=1;edgeStyle=orthogonalEdgeStyle;fontSize=10;strokeColor=#000000;fontFamily=Times New Roman;exitX=1;exitY=0.5;exitDx=0;exitDy=0;entryX=0;entryY=0.5;entryDx=0;entryDy=0;" parent="1" source="e_cust" target="r_places" edge="1">
          <mxGeometry relative="1" as="geometry">
            <Array as="points">
              <mxPoint x="860" y="1329" />
              <mxPoint x="860" y="1480" />
              <mxPoint x="3500" y="1480" />
              <mxPoint x="3500" y="1147" />
            </Array>
          </mxGeometry>
        </mxCell>
        <mxCell id="ed_places_ord" value="(1,1)" style="endArrow=none;html=1;edgeStyle=orthogonalEdgeStyle;fontSize=10;strokeColor=#000000;fontFamily=Times New Roman;shape=link;exitX=1;exitY=0.5;exitDx=0;exitDy=0;entryX=0;entryY=0.85;entryDx=0;entryDy=0;strokeWidth=3;" parent="1" source="r_places" target="e_ord" edge="1">
          <mxGeometry relative="1" as="geometry" />
        </mxCell>
        <mxCell id="ed_ord_haspay" value="(0,N)" style="endArrow=none;html=1;edgeStyle=orthogonalEdgeStyle;fontSize=10;strokeColor=#000000;fontFamily=Times New Roman;exitX=0.25;exitY=1;exitDx=0;exitDy=0;entryX=0.5;entryY=0;entryDx=0;entryDy=0;" parent="1" source="e_ord" target="r_haspay" edge="1">
          <mxGeometry relative="1" as="geometry" />
        </mxCell>
        <mxCell id="ed_haspay_pay" value="(1,1)" style="endArrow=none;html=1;edgeStyle=orthogonalEdgeStyle;fontSize=10;strokeColor=#000000;fontFamily=Times New Roman;shape=link;exitX=0.5;exitY=1;exitDx=0;exitDy=0;entryX=0.5;entryY=0;entryDx=0;entryDy=0;strokeWidth=3;" parent="1" source="r_haspay" target="e_pay_title" edge="1">
          <mxGeometry relative="1" as="geometry" />
        </mxCell>
        <mxCell id="ed_ord_hasship" value="(0,N)" style="endArrow=none;html=1;edgeStyle=orthogonalEdgeStyle;fontSize=10;strokeColor=#000000;fontFamily=Times New Roman;exitX=0.75;exitY=1;exitDx=0;exitDy=0;entryX=0.5;entryY=0;entryDx=0;entryDy=0;" parent="1" source="e_ord" target="r_hasship" edge="1">
          <mxGeometry relative="1" as="geometry">
            <Array as="points">
              <mxPoint x="3960" y="1100" />
              <mxPoint x="4265" y="1100" />
            </Array>
          </mxGeometry>
        </mxCell>
        <mxCell id="ed_hasship_ship" value="(1,1)" style="endArrow=none;html=1;edgeStyle=orthogonalEdgeStyle;fontSize=10;strokeColor=#000000;fontFamily=Times New Roman;exitX=0.5;exitY=1;exitDx=0;exitDy=0;entryX=0.5;entryY=0;entryDx=0;entryDy=0;strokeWidth=3;" parent="1" source="r_hasship" target="e_ship_title" edge="1">
          <mxGeometry relative="1" as="geometry" />
        </mxCell>
        <mxCell id="ed_wh_shipsfrom" value="(0,N)" style="endArrow=none;html=1;edgeStyle=orthogonalEdgeStyle;fontSize=10;strokeColor=#000000;fontFamily=Times New Roman;exitX=0.5;exitY=1;exitDx=0;exitDy=0;entryX=0;entryY=0.5;entryDx=0;entryDy=0;" parent="1" source="e_wh" target="r_shipsfrom" edge="1">
          <mxGeometry relative="1" as="geometry">
            <Array as="points">
              <mxPoint x="3040" y="1440" />
              <mxPoint x="3040" y="1590" />
            </Array>
          </mxGeometry>
        </mxCell>
        <mxCell id="ed_shipsfrom_ship" value="(1,1)" style="endArrow=none;html=1;edgeStyle=orthogonalEdgeStyle;fontSize=10;strokeColor=#000000;fontFamily=Times New Roman;shape=link;exitX=0.5;exitY=1;exitDx=0;exitDy=0;entryX=0.5;entryY=1;entryDx=0;entryDy=0;strokeWidth=3;" parent="1" source="r_shipsfrom" target="e_ship" edge="1">
          <mxGeometry relative="1" as="geometry">
            <Array as="points">
              <mxPoint x="3460" y="1690" />
              <mxPoint x="4280" y="1690" />
            </Array>
          </mxGeometry>
        </mxCell>
        <mxCell id="ed_prod_about" value="(0,N)" style="endArrow=none;html=1;edgeStyle=orthogonalEdgeStyle;fontSize=10;strokeColor=#000000;fontFamily=Times New Roman;exitX=0;exitY=0.8;exitDx=0;exitDy=0;entryX=0.5;entryY=0;entryDx=0;entryDy=0;" parent="1" source="e_prod" target="r_about" edge="1">
          <mxGeometry relative="1" as="geometry">
            <Array as="points">
              <mxPoint x="2120" y="1030" />
              <mxPoint x="1970" y="1030" />
              <mxPoint x="1970" y="1960" />
              <mxPoint x="1880" y="1960" />
              <mxPoint x="1880" y="2000" />
            </Array>
          </mxGeometry>
        </mxCell>
        <mxCell id="ed_about_rev" value="(1,1)" style="endArrow=none;html=1;edgeStyle=orthogonalEdgeStyle;fontSize=10;strokeColor=#000000;fontFamily=Times New Roman;shape=link;exitX=0.5;exitY=1;exitDx=0;exitDy=0;entryX=0.75;entryY=0;entryDx=0;entryDy=0;strokeWidth=3;" parent="1" source="r_about" target="e_rev_title" edge="1">
          <mxGeometry relative="1" as="geometry">
            <Array as="points">
              <mxPoint x="1980" y="2090" />
              <mxPoint x="1940" y="2090" />
              <mxPoint x="1940" y="2120" />
            </Array>
          </mxGeometry>
        </mxCell>
        <mxCell id="ed_cust_writtenby" value="(0,N)" style="endArrow=none;html=1;edgeStyle=orthogonalEdgeStyle;fontSize=10;strokeColor=#000000;fontFamily=Times New Roman;exitX=0.5;exitY=1;exitDx=0;exitDy=0;entryX=0.5;entryY=0;entryDx=0;entryDy=0;" parent="1" source="e_cust" target="r_writtenby" edge="1">
          <mxGeometry relative="1" as="geometry">
            <Array as="points">
              <mxPoint x="740" y="1500" />
              <mxPoint x="740" y="1980" />
              <mxPoint x="1540" y="1980" />
            </Array>
          </mxGeometry>
        </mxCell>
        <mxCell id="ed_writtenby_rev" value="(1,1)" style="endArrow=none;html=1;edgeStyle=orthogonalEdgeStyle;fontSize=10;strokeColor=#000000;fontFamily=Times New Roman;shape=link;exitX=0.5;exitY=1;exitDx=0;exitDy=0;entryX=0.25;entryY=0;entryDx=0;entryDy=0;strokeWidth=3;" parent="1" source="r_writtenby" target="e_rev_title" edge="1">
          <mxGeometry relative="1" as="geometry">
            <Array as="points">
              <mxPoint x="1540" y="2090" />
              <mxPoint x="1720" y="2090" />
              <mxPoint x="1720" y="2120" />
            </Array>
          </mxGeometry>
        </mxCell>
        <mxCell id="ed_disc_applied" value="(0,N)" style="endArrow=none;html=1;edgeStyle=orthogonalEdgeStyle;fontSize=10;strokeColor=#000000;fontFamily=Times New Roman;exitX=0.75;exitY=0;exitDx=0;exitDy=0;entryX=0.5;entryY=1;entryDx=0;entryDy=0;" parent="1" source="e_disc_title" target="r_applied" edge="1">
          <mxGeometry relative="1" as="geometry" />
        </mxCell>
        <mxCell id="ed_ord_applied" value="(0,N)" style="endArrow=none;html=1;edgeStyle=orthogonalEdgeStyle;fontSize=10;strokeColor=#000000;fontFamily=Times New Roman;exitX=0.05;exitY=1;exitDx=0;exitDy=0;entryX=0.5;entryY=0;entryDx=0;entryDy=0;" parent="1" source="e_ord" target="r_applied" edge="1">
          <mxGeometry relative="1" as="geometry">
            <Array as="points">
              <mxPoint x="3736" y="1500" />
              <mxPoint x="2640" y="1500" />
              <mxPoint x="2640" y="1980" />
            </Array>
          </mxGeometry>
        </mxCell>
        <mxCell id="ed_users_logs" value="(0,N)" style="endArrow=none;html=1;edgeStyle=orthogonalEdgeStyle;fontSize=10;strokeColor=#000000;fontFamily=Times New Roman;exitX=0.5;exitY=1;exitDx=0;exitDy=0;entryX=0.5;entryY=0;entryDx=0;entryDy=0;" parent="1" source="e_users" target="r_logs" edge="1">
          <mxGeometry relative="1" as="geometry">
            <Array as="points">
              <mxPoint x="830" y="1110" />
              <mxPoint x="1320" y="1110" />
              <mxPoint x="1320" y="1960" />
              <mxPoint x="3175" y="1960" />
            </Array>
          </mxGeometry>
        </mxCell>
        <mxCell id="ed_logs_log" value="(0,1)" style="endArrow=none;html=1;edgeStyle=orthogonalEdgeStyle;fontSize=10;strokeColor=#000000;fontFamily=Times New Roman;exitX=0.5;exitY=1;exitDx=0;exitDy=0;entryX=0.5;entryY=0;entryDx=0;entryDy=0;" parent="1" source="r_logs" target="e_log_title" edge="1">
          <mxGeometry relative="1" as="geometry" />
        </mxCell>
        <mxCell id="3" value="HAS_VARIANT" style="rhombus;whiteSpace=wrap;html=1;fillColor=#ffffff;strokeColor=#000000;fontSize=9;fontFamily=Times New Roman" vertex="1" parent="1">
          <mxGeometry x="2432" y="947.5" width="94" height="39" as="geometry" />
        </mxCell>
      </root>
    </mxGraphModel>
  </diagram>
</mxfile>
